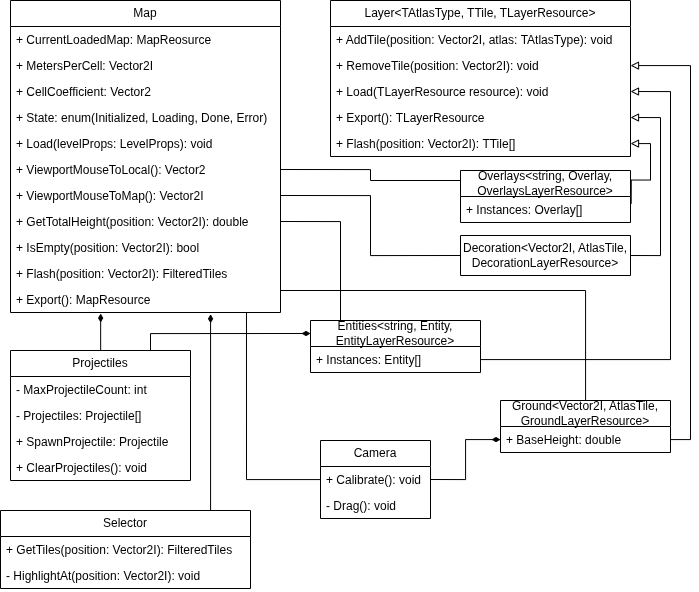
1ivyatan/drumstalotajs keeps this draw.io diagram as Documentation/Models/MapClasses.drawio.png. Above is the earlier version. Source tidied: cells renumbered, new cells last; positions are measured from the earlier drawing's top-left corner, leaving out a move shared by most shapes. The source it was exported from:
```xml
<mxGraphModel>
  <root>
    <mxCell id="0" />
    <mxCell id="1" parent="0" />
    <mxCell id="2" value="Map" style="swimlane;fontStyle=0;horizontal=1;startSize=26;fillColor=none;whiteSpace=wrap;html=1;" parent="1" vertex="1">
      <mxGeometry x="10" width="270" height="312" as="geometry" />
    </mxCell>
    <mxCell id="3" value="+ CurrentLoadedMap: MapReosurce" style="text;strokeColor=none;fillColor=none;align=left;verticalAlign=top;spacingLeft=4;spacingRight=4;overflow=hidden;whiteSpace=wrap;html=1;" parent="2" vertex="1">
      <mxGeometry y="26" width="270" height="26" as="geometry" />
    </mxCell>
    <mxCell id="4" value="+ MetersPerCell: Vector2I" style="text;strokeColor=none;fillColor=none;align=left;verticalAlign=top;spacingLeft=4;spacingRight=4;overflow=hidden;whiteSpace=wrap;html=1;" parent="2" vertex="1">
      <mxGeometry y="52" width="270" height="26" as="geometry" />
    </mxCell>
    <mxCell id="5" value="+ CellCoefficient: Vector2" style="text;strokeColor=none;fillColor=none;align=left;verticalAlign=top;spacingLeft=4;spacingRight=4;overflow=hidden;whiteSpace=wrap;html=1;" parent="2" vertex="1">
      <mxGeometry y="78" width="270" height="26" as="geometry" />
    </mxCell>
    <mxCell id="6" value="+ State: enum(Initialized, Loading, Done, Error)" style="text;strokeColor=none;fillColor=none;align=left;verticalAlign=top;spacingLeft=4;spacingRight=4;overflow=hidden;whiteSpace=wrap;html=1;" parent="2" vertex="1">
      <mxGeometry y="104" width="270" height="26" as="geometry" />
    </mxCell>
    <mxCell id="7" value="+ Load(levelProps: LevelProps): void" style="text;strokeColor=none;fillColor=none;align=left;verticalAlign=top;spacingLeft=4;spacingRight=4;overflow=hidden;whiteSpace=wrap;html=1;" parent="2" vertex="1">
      <mxGeometry y="130" width="270" height="26" as="geometry" />
    </mxCell>
    <mxCell id="8" value="+ ViewportMouseToLocal(): Vector2" style="text;strokeColor=none;fillColor=none;align=left;verticalAlign=top;spacingLeft=4;spacingRight=4;overflow=hidden;points=[[0,0.5],[1,0.5]];portConstraint=eastwest;whiteSpace=wrap;html=1;" parent="2" vertex="1">
      <mxGeometry y="156" width="270" height="26" as="geometry" />
    </mxCell>
    <mxCell id="9" value="+ ViewportMouseToMap(): Vector2I" style="text;strokeColor=none;fillColor=none;align=left;verticalAlign=top;spacingLeft=4;spacingRight=4;overflow=hidden;points=[[0,0.5],[1,0.5]];portConstraint=eastwest;whiteSpace=wrap;html=1;" parent="2" vertex="1">
      <mxGeometry y="182" width="270" height="26" as="geometry" />
    </mxCell>
    <mxCell id="10" value="+ GetTotalHeight(position: Vector2I): double" style="text;strokeColor=none;fillColor=none;align=left;verticalAlign=top;spacingLeft=4;spacingRight=4;overflow=hidden;points=[[0,0.5],[1,0.5]];portConstraint=eastwest;whiteSpace=wrap;html=1;" parent="2" vertex="1">
      <mxGeometry y="208" width="270" height="26" as="geometry" />
    </mxCell>
    <mxCell id="11" value="+ IsEmpty(position: Vector2I): bool" style="text;strokeColor=none;fillColor=none;align=left;verticalAlign=top;spacingLeft=4;spacingRight=4;overflow=hidden;whiteSpace=wrap;html=1;" parent="2" vertex="1">
      <mxGeometry y="234" width="270" height="26" as="geometry" />
    </mxCell>
    <mxCell id="12" value="+ Flash(position: Vector2I):&amp;nbsp;FilteredTiles" style="text;strokeColor=none;fillColor=none;align=left;verticalAlign=top;spacingLeft=4;spacingRight=4;overflow=hidden;points=[[0,0.5],[1,0.5]];portConstraint=eastwest;whiteSpace=wrap;html=1;" parent="2" vertex="1">
      <mxGeometry y="260" width="270" height="26" as="geometry" />
    </mxCell>
    <mxCell id="13" value="+ Export(): MapResource" style="text;strokeColor=none;fillColor=none;align=left;verticalAlign=top;spacingLeft=4;spacingRight=4;overflow=hidden;points=[[0,0.5],[1,0.5]];portConstraint=eastwest;whiteSpace=wrap;html=1;" parent="2" vertex="1">
      <mxGeometry y="286" width="270" height="26" as="geometry" />
    </mxCell>
    <mxCell id="14" value="Layer&amp;lt;TAtlasType, TTile, TLayerResource&amp;gt;" style="swimlane;fontStyle=0;horizontal=1;startSize=26;fillColor=none;whiteSpace=wrap;html=1;" parent="1" vertex="1">
      <mxGeometry x="330" width="300" height="156" as="geometry" />
    </mxCell>
    <mxCell id="15" value="+ AddTile(position: Vector2I, atlas:&amp;nbsp;&lt;span style=&quot;text-align: center;&quot;&gt;TAtlasType&lt;/span&gt;): void" style="text;strokeColor=none;fillColor=none;align=left;verticalAlign=top;spacingLeft=4;spacingRight=4;overflow=hidden;whiteSpace=wrap;html=1;" parent="14" vertex="1">
      <mxGeometry y="26" width="300" height="26" as="geometry" />
    </mxCell>
    <mxCell id="16" value="+ RemoveTile(position: Vector2I): void" style="text;strokeColor=none;fillColor=none;align=left;verticalAlign=top;spacingLeft=4;spacingRight=4;overflow=hidden;points=[[0,0.5],[1,0.5]];portConstraint=eastwest;whiteSpace=wrap;html=1;" parent="14" vertex="1">
      <mxGeometry y="52" width="300" height="26" as="geometry" />
    </mxCell>
    <mxCell id="17" value="+ Load(&lt;span style=&quot;text-align: center;&quot;&gt;TLayerResource resource&lt;/span&gt;): void" style="text;strokeColor=none;fillColor=none;align=left;verticalAlign=top;spacingLeft=4;spacingRight=4;overflow=hidden;points=[[0,0.5],[1,0.5]];portConstraint=eastwest;whiteSpace=wrap;html=1;" parent="14" vertex="1">
      <mxGeometry y="78" width="300" height="26" as="geometry" />
    </mxCell>
    <mxCell id="18" value="+ Export():&amp;nbsp;&lt;span style=&quot;text-align: center;&quot;&gt;TLayerResource&lt;/span&gt;" style="text;strokeColor=none;fillColor=none;align=left;verticalAlign=top;spacingLeft=4;spacingRight=4;overflow=hidden;points=[[0,0.5],[1,0.5]];portConstraint=eastwest;whiteSpace=wrap;html=1;" parent="14" vertex="1">
      <mxGeometry y="104" width="300" height="26" as="geometry" />
    </mxCell>
    <mxCell id="19" value="+ Flash(position: Vector2I):&amp;nbsp;&lt;span style=&quot;text-align: center;&quot;&gt;TTile[]&lt;/span&gt;" style="text;strokeColor=none;fillColor=none;align=left;verticalAlign=top;spacingLeft=4;spacingRight=4;overflow=hidden;points=[[0,0.5],[1,0.5]];portConstraint=eastwest;whiteSpace=wrap;html=1;" parent="14" vertex="1">
      <mxGeometry y="130" width="300" height="26" as="geometry" />
    </mxCell>
    <mxCell id="20" style="edgeStyle=orthogonalEdgeStyle;rounded=0;jettySize=auto;html=1;exitX=0;exitY=0.25;exitDx=0;exitDy=0;entryX=1;entryY=0.5;entryDx=0;entryDy=0;endArrow=none;endFill=0;" parent="1" edge="1" target="8">
      <mxGeometry relative="1" as="geometry">
        <mxPoint x="460" y="183" as="sourcePoint" />
        <Array as="points">
          <mxPoint x="460" y="180" />
          <mxPoint x="370" y="180" />
          <mxPoint x="370" y="169" />
        </Array>
      </mxGeometry>
    </mxCell>
    <mxCell id="21" style="edgeStyle=orthogonalEdgeStyle;rounded=0;jettySize=auto;html=1;entryX=1;entryY=0.5;entryDx=0;entryDy=0;endArrow=block;endFill=0;" parent="1" edge="1" target="18">
      <mxGeometry relative="1" as="geometry">
        <mxPoint x="630" y="255" as="sourcePoint" />
        <Array as="points">
          <mxPoint x="660" y="255" />
          <mxPoint x="660" y="117" />
        </Array>
      </mxGeometry>
    </mxCell>
    <mxCell id="22" style="edgeStyle=orthogonalEdgeStyle;rounded=0;jettySize=auto;html=1;entryX=1;entryY=0.5;entryDx=0;entryDy=0;endArrow=none;endFill=0;" parent="1" edge="1" target="9">
      <mxGeometry relative="1" as="geometry">
        <mxPoint x="460" y="255" as="sourcePoint" />
        <Array as="points">
          <mxPoint x="370" y="255" />
          <mxPoint x="370" y="195" />
        </Array>
      </mxGeometry>
    </mxCell>
    <mxCell id="23" style="edgeStyle=orthogonalEdgeStyle;rounded=0;jettySize=auto;html=1;entryX=1.004;entryY=0.274;entryDx=0;entryDy=0;entryPerimeter=0;startArrow=block;startFill=0;endArrow=none;endFill=0;" parent="1" edge="1" source="19">
      <mxGeometry relative="1" as="geometry">
        <mxPoint x="630.7" y="203.1" as="targetPoint" />
      </mxGeometry>
    </mxCell>
    <mxCell id="24" value="Decoration&amp;lt;Vector2I, AtlasTile, DecorationLayerResource&amp;gt;" style="swimlane;fontStyle=0;horizontal=1;startSize=40;fillColor=none;whiteSpace=wrap;html=1;" parent="1" vertex="1">
      <mxGeometry x="460" y="235" width="170" height="40" as="geometry" />
    </mxCell>
    <mxCell id="25" style="edgeStyle=orthogonalEdgeStyle;rounded=0;jettySize=auto;html=1;entryX=1;entryY=0.5;entryDx=0;entryDy=0;endArrow=none;endFill=0;" parent="1" edge="1" source="26" target="12">
      <mxGeometry relative="1" as="geometry">
        <Array as="points">
          <mxPoint x="585" y="290" />
          <mxPoint x="280" y="290" />
        </Array>
      </mxGeometry>
    </mxCell>
    <mxCell id="26" value="Ground&amp;lt;Vector2I, AtlasTile, GroundLayerResource&amp;gt;" style="swimlane;fontStyle=0;horizontal=1;startSize=26;fillColor=none;whiteSpace=wrap;html=1;" parent="1" vertex="1">
      <mxGeometry x="500" y="400" width="170" height="52" as="geometry" />
    </mxCell>
    <mxCell id="27" value="+ BaseHeight: double" style="text;strokeColor=none;fillColor=none;align=left;verticalAlign=top;spacingLeft=4;spacingRight=4;overflow=hidden;points=[[0,0.5],[1,0.5]];portConstraint=eastwest;whiteSpace=wrap;html=1;" parent="26" vertex="1">
      <mxGeometry y="26" width="170" height="26" as="geometry" />
    </mxCell>
    <mxCell id="28" value="Overlays&amp;lt;string, Overlay, OverlaysLayerResource&amp;gt;" style="swimlane;fontStyle=0;horizontal=1;startSize=26;fillColor=none;whiteSpace=wrap;html=1;" parent="1" vertex="1">
      <mxGeometry x="460" y="170" width="170" height="52" as="geometry" />
    </mxCell>
    <mxCell id="29" value="+ Instances:&amp;nbsp;&lt;span style=&quot;text-align: center;&quot;&gt;Overlay&lt;/span&gt;[]" style="text;strokeColor=none;fillColor=none;align=left;verticalAlign=top;spacingLeft=4;spacingRight=4;overflow=hidden;whiteSpace=wrap;html=1;" parent="28" vertex="1">
      <mxGeometry y="26" width="170" height="26" as="geometry" />
    </mxCell>
    <mxCell id="30" style="edgeStyle=orthogonalEdgeStyle;rounded=0;jettySize=auto;html=1;entryX=1;entryY=0.5;entryDx=0;entryDy=0;endArrow=none;endFill=0;" parent="1" edge="1" source="31" target="10">
      <mxGeometry relative="1" as="geometry">
        <Array as="points">
          <mxPoint x="340" y="221" />
        </Array>
      </mxGeometry>
    </mxCell>
    <mxCell id="31" value="Entities&amp;lt;string, Entity, EntityLayerResource&amp;gt;" style="swimlane;fontStyle=0;horizontal=1;startSize=26;fillColor=none;whiteSpace=wrap;html=1;" parent="1" vertex="1">
      <mxGeometry x="310" y="320" width="170" height="52" as="geometry" />
    </mxCell>
    <mxCell id="32" value="+ Instances: Entity[]" style="text;strokeColor=none;fillColor=none;align=left;verticalAlign=top;spacingLeft=4;spacingRight=4;overflow=hidden;points=[[0,0.5],[1,0.5]];portConstraint=eastwest;whiteSpace=wrap;html=1;" parent="31" vertex="1">
      <mxGeometry y="26" width="170" height="26" as="geometry" />
    </mxCell>
    <mxCell id="33" style="edgeStyle=orthogonalEdgeStyle;rounded=0;jettySize=auto;html=1;entryX=1;entryY=0.5;entryDx=0;entryDy=0;endArrow=block;endFill=0;" parent="1" edge="1" source="32" target="17">
      <mxGeometry relative="1" as="geometry">
        <Array as="points">
          <mxPoint x="670" y="359" />
          <mxPoint x="670" y="91" />
        </Array>
      </mxGeometry>
    </mxCell>
    <mxCell id="34" style="edgeStyle=orthogonalEdgeStyle;rounded=0;jettySize=auto;html=1;endArrow=block;endFill=0;" parent="1" edge="1" source="27" target="16">
      <mxGeometry relative="1" as="geometry">
        <Array as="points">
          <mxPoint x="690" y="439" />
          <mxPoint x="690" y="65" />
        </Array>
      </mxGeometry>
    </mxCell>
    <mxCell id="35" style="edgeStyle=orthogonalEdgeStyle;rounded=0;jettySize=auto;html=1;entryX=0;entryY=0.25;entryDx=0;entryDy=0;endArrow=diamondThin;endFill=1;" parent="1" edge="1" source="36" target="31">
      <mxGeometry relative="1" as="geometry">
        <Array as="points">
          <mxPoint x="150" y="333" />
        </Array>
      </mxGeometry>
    </mxCell>
    <mxCell id="36" value="Projectiles" style="swimlane;fontStyle=0;horizontal=1;startSize=26;fillColor=none;whiteSpace=wrap;html=1;" parent="1" vertex="1">
      <mxGeometry x="10" y="350" width="180" height="130" as="geometry" />
    </mxCell>
    <mxCell id="37" value="- MaxProjectileCount: int" style="text;strokeColor=none;fillColor=none;align=left;verticalAlign=top;spacingLeft=4;spacingRight=4;overflow=hidden;whiteSpace=wrap;html=1;" parent="36" vertex="1">
      <mxGeometry y="26" width="180" height="26" as="geometry" />
    </mxCell>
    <mxCell id="38" value="- Projectiles: Projectile[]" style="text;strokeColor=none;fillColor=none;align=left;verticalAlign=top;spacingLeft=4;spacingRight=4;overflow=hidden;whiteSpace=wrap;html=1;" parent="36" vertex="1">
      <mxGeometry y="52" width="180" height="26" as="geometry" />
    </mxCell>
    <mxCell id="39" value="+ SpawnProjectile: Projectile" style="text;strokeColor=none;fillColor=none;align=left;verticalAlign=top;spacingLeft=4;spacingRight=4;overflow=hidden;whiteSpace=wrap;html=1;" parent="36" vertex="1">
      <mxGeometry y="78" width="180" height="26" as="geometry" />
    </mxCell>
    <mxCell id="40" value="+ ClearProjectiles(): void" style="text;strokeColor=none;fillColor=none;align=left;verticalAlign=top;spacingLeft=4;spacingRight=4;overflow=hidden;whiteSpace=wrap;html=1;" parent="36" vertex="1">
      <mxGeometry y="104" width="180" height="26" as="geometry" />
    </mxCell>
    <mxCell id="41" style="edgeStyle=orthogonalEdgeStyle;rounded=0;jettySize=auto;html=1;entryX=0.334;entryY=0.984;entryDx=0;entryDy=0;entryPerimeter=0;endArrow=diamondThin;endFill=1;" parent="1" edge="1" source="36" target="13">
      <mxGeometry relative="1" as="geometry">
        <Array as="points">
          <mxPoint x="100" y="313" />
        </Array>
      </mxGeometry>
    </mxCell>
    <mxCell id="42" value="Selector" style="swimlane;fontStyle=0;horizontal=1;startSize=26;fillColor=none;whiteSpace=wrap;html=1;" parent="1" vertex="1">
      <mxGeometry y="510" width="250" height="78" as="geometry" />
    </mxCell>
    <mxCell id="43" value="+ GetTiles(position: Vector2I): FilteredTiles" style="text;strokeColor=none;fillColor=none;align=left;verticalAlign=top;spacingLeft=4;spacingRight=4;overflow=hidden;whiteSpace=wrap;html=1;" parent="42" vertex="1">
      <mxGeometry y="26" width="250" height="26" as="geometry" />
    </mxCell>
    <mxCell id="44" value="- HighlightAt(position: Vector2I): void" style="text;strokeColor=none;fillColor=none;align=left;verticalAlign=top;spacingLeft=4;spacingRight=4;overflow=hidden;whiteSpace=wrap;html=1;" parent="42" vertex="1">
      <mxGeometry y="52" width="250" height="26" as="geometry" />
    </mxCell>
    <mxCell id="45" style="edgeStyle=orthogonalEdgeStyle;rounded=0;jettySize=auto;html=1;entryX=0.741;entryY=1.069;entryDx=0;entryDy=0;entryPerimeter=0;endArrow=diamondThin;endFill=1;" parent="1" edge="1" source="42" target="13">
      <mxGeometry relative="1" as="geometry">
        <Array as="points">
          <mxPoint x="210" y="575" />
        </Array>
      </mxGeometry>
    </mxCell>
    <mxCell id="46" value="Camera" style="swimlane;fontStyle=0;horizontal=1;startSize=26;fillColor=none;whiteSpace=wrap;html=1;" parent="1" vertex="1">
      <mxGeometry x="320" y="440" width="110" height="78" as="geometry" />
    </mxCell>
    <mxCell id="47" value="+ Calibrate(): void" style="text;strokeColor=none;fillColor=none;align=left;verticalAlign=top;spacingLeft=4;spacingRight=4;overflow=hidden;points=[[0,0.5],[1,0.5]];portConstraint=eastwest;whiteSpace=wrap;html=1;" parent="46" vertex="1">
      <mxGeometry y="26" width="110" height="26" as="geometry" />
    </mxCell>
    <mxCell id="48" value="- Drag(): void" style="text;strokeColor=none;fillColor=none;align=left;verticalAlign=top;spacingLeft=4;spacingRight=4;overflow=hidden;whiteSpace=wrap;html=1;" parent="46" vertex="1">
      <mxGeometry y="52" width="110" height="26" as="geometry" />
    </mxCell>
    <mxCell id="49" style="edgeStyle=orthogonalEdgeStyle;rounded=0;jettySize=auto;html=1;entryX=0.874;entryY=1.005;entryDx=0;entryDy=0;entryPerimeter=0;endArrow=none;endFill=0;" parent="1" edge="1" source="46" target="13">
      <mxGeometry relative="1" as="geometry">
        <Array as="points">
          <mxPoint x="246" y="479" />
        </Array>
      </mxGeometry>
    </mxCell>
    <mxCell id="50" style="edgeStyle=orthogonalEdgeStyle;rounded=0;jettySize=auto;html=1;entryX=1;entryY=0.5;entryDx=0;entryDy=0;endArrow=none;endFill=0;startArrow=diamondThin;startFill=1;" parent="1" edge="1" source="27" target="47">
      <mxGeometry relative="1" as="geometry" />
    </mxCell>
  </root>
</mxGraphModel>
```
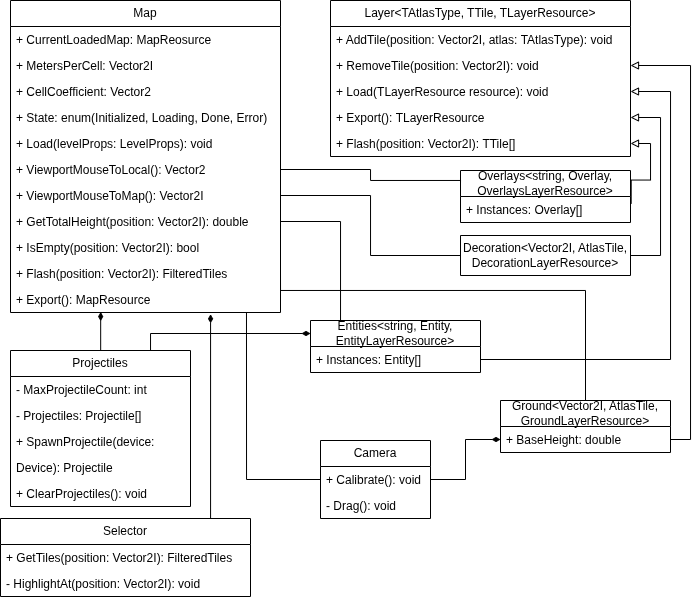
The same file after the commit.

Diff of the diagram source:
```diff
@@ -149,7 +149,7 @@
       </mxGeometry>
     </mxCell>
     <mxCell id="36" value="Projectiles" style="swimlane;fontStyle=0;horizontal=1;startSize=26;fillColor=none;whiteSpace=wrap;html=1;" parent="1" vertex="1">
-      <mxGeometry x="10" y="350" width="180" height="130" as="geometry" />
+      <mxGeometry x="10" y="350" width="180" height="156" as="geometry" />
     </mxCell>
     <mxCell id="37" value="- MaxProjectileCount: int" style="text;strokeColor=none;fillColor=none;align=left;verticalAlign=top;spacingLeft=4;spacingRight=4;overflow=hidden;whiteSpace=wrap;html=1;" parent="36" vertex="1">
       <mxGeometry y="26" width="180" height="26" as="geometry" />
@@ -157,11 +157,14 @@
     <mxCell id="38" value="- Projectiles: Projectile[]" style="text;strokeColor=none;fillColor=none;align=left;verticalAlign=top;spacingLeft=4;spacingRight=4;overflow=hidden;whiteSpace=wrap;html=1;" parent="36" vertex="1">
       <mxGeometry y="52" width="180" height="26" as="geometry" />
     </mxCell>
-    <mxCell id="39" value="+ SpawnProjectile: Projectile" style="text;strokeColor=none;fillColor=none;align=left;verticalAlign=top;spacingLeft=4;spacingRight=4;overflow=hidden;whiteSpace=wrap;html=1;" parent="36" vertex="1">
+    <mxCell id="39" value="+ SpawnProjectile(device:&amp;nbsp;" style="text;strokeColor=none;fillColor=none;align=left;verticalAlign=top;spacingLeft=4;spacingRight=4;overflow=hidden;whiteSpace=wrap;html=1;" parent="36" vertex="1">
       <mxGeometry y="78" width="180" height="26" as="geometry" />
     </mxCell>
+    <mxCell id="51" value="Device): Projectile" style="text;strokeColor=none;fillColor=none;align=left;verticalAlign=top;spacingLeft=4;spacingRight=4;overflow=hidden;whiteSpace=wrap;html=1;" parent="36" vertex="1">
+      <mxGeometry y="104" width="180" height="26" as="geometry" />
+    </mxCell>
     <mxCell id="40" value="+ ClearProjectiles(): void" style="text;strokeColor=none;fillColor=none;align=left;verticalAlign=top;spacingLeft=4;spacingRight=4;overflow=hidden;whiteSpace=wrap;html=1;" parent="36" vertex="1">
-      <mxGeometry y="104" width="180" height="26" as="geometry" />
+      <mxGeometry y="130" width="180" height="26" as="geometry" />
     </mxCell>
     <mxCell id="41" style="edgeStyle=orthogonalEdgeStyle;rounded=0;jettySize=auto;html=1;entryX=0.334;entryY=0.984;entryDx=0;entryDy=0;entryPerimeter=0;endArrow=diamondThin;endFill=1;" parent="1" edge="1" source="36" target="13">
       <mxGeometry relative="1" as="geometry">
@@ -171,7 +174,7 @@
       </mxGeometry>
     </mxCell>
     <mxCell id="42" value="Selector" style="swimlane;fontStyle=0;horizontal=1;startSize=26;fillColor=none;whiteSpace=wrap;html=1;" parent="1" vertex="1">
-      <mxGeometry y="510" width="250" height="78" as="geometry" />
+      <mxGeometry y="518" width="250" height="78" as="geometry" />
     </mxCell>
     <mxCell id="43" value="+ GetTiles(position: Vector2I): FilteredTiles" style="text;strokeColor=none;fillColor=none;align=left;verticalAlign=top;spacingLeft=4;spacingRight=4;overflow=hidden;whiteSpace=wrap;html=1;" parent="42" vertex="1">
       <mxGeometry y="26" width="250" height="26" as="geometry" />
```
